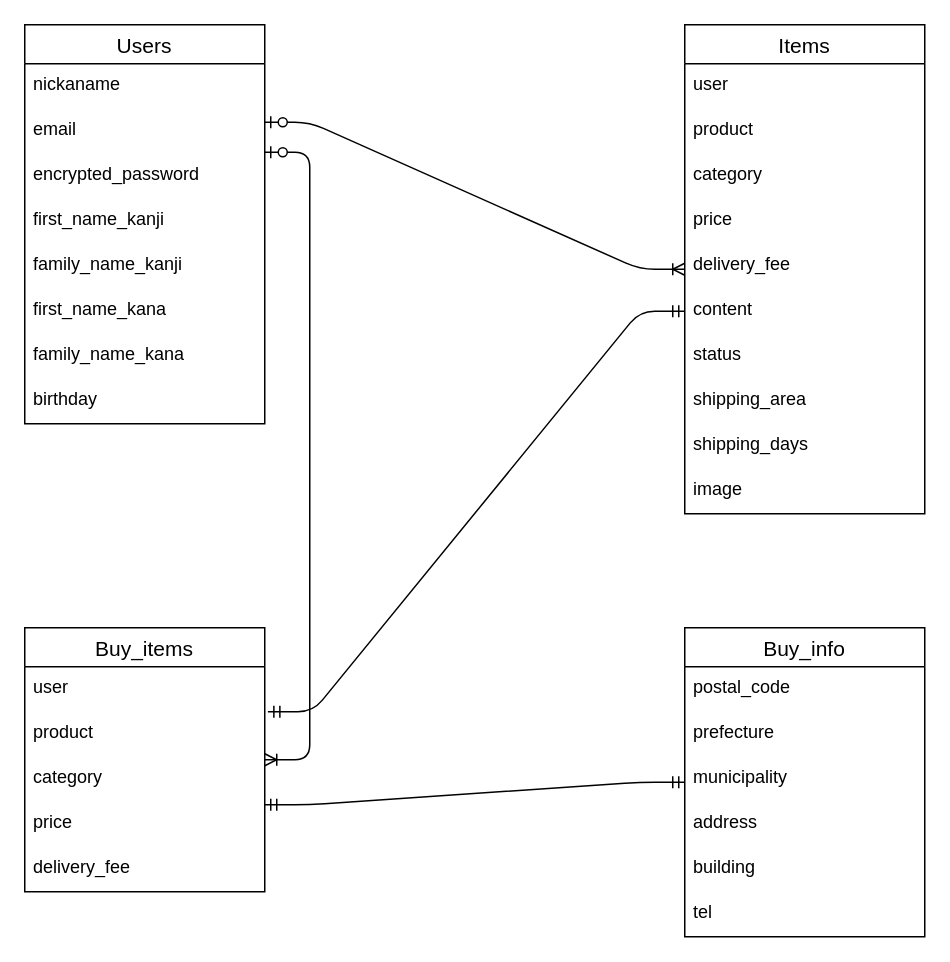
Before: test.dio in lluvidali/furima-36592, a draw.io diagram. Source tidied: cells renumbered, new cells numbered last; positions are measured from the earlier drawing's top-left corner, leaving out a move shared by most shapes. Both pictures are drawn from the tidied source at 150%, with x=0, y=0 at pixel (24, 24).
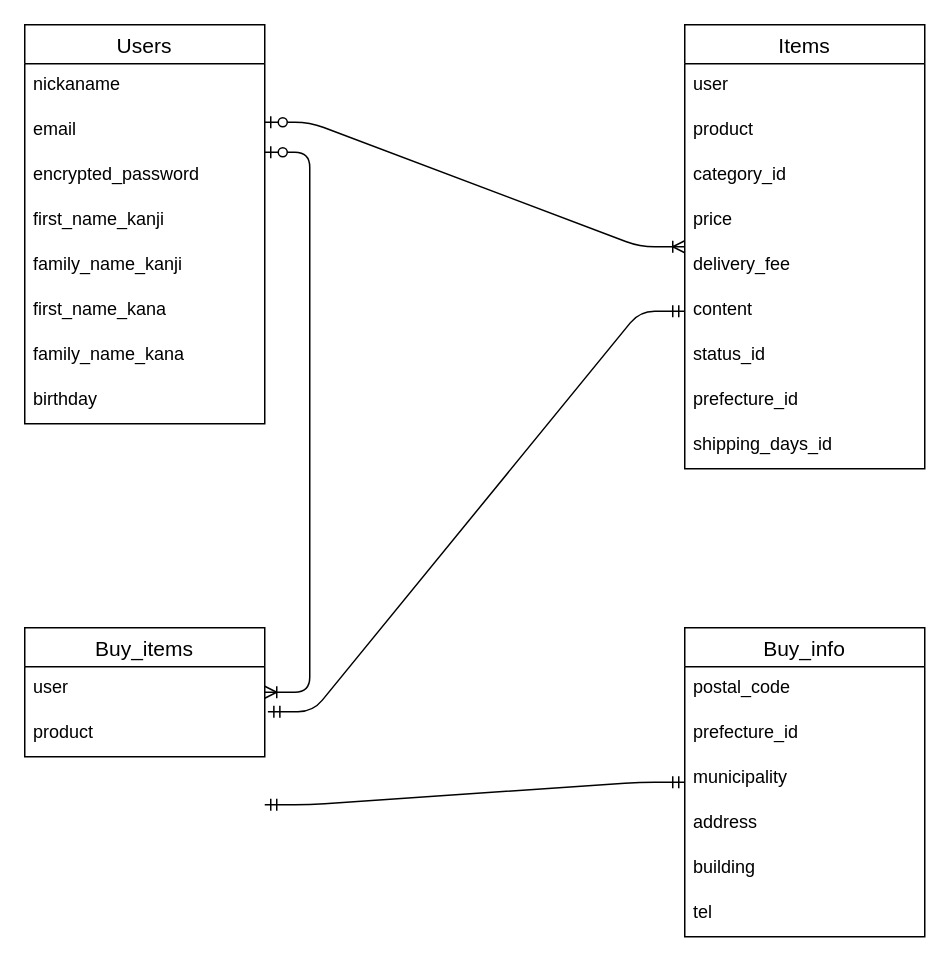
Above is the later version.

Unchanged cells that the change refers to:
```xml
<mxCell id="32" value="Buy_info" style="swimlane;fontStyle=0;horizontal=1;startSize=26;align=center;fontSize=14;" parent="1" vertex="1">
  <mxGeometry x="440" y="402" width="160" height="206" as="geometry" />
</mxCell>
```

Diff of the diagram source:
```diff
@@
     <mxCell id="14" value="Items" style="swimlane;fontStyle=0;horizontal=1;startSize=26;align=center;fontSize=14;" parent="1" vertex="1">
-      <mxGeometry x="440" width="160" height="326" as="geometry" />
+      <mxGeometry x="440" width="160" height="296" as="geometry" />
     </mxCell>
@@
-    <mxCell id="17" value="category" style="text;strokeColor=none;fillColor=none;spacingLeft=4;spacingRight=4;overflow=hidden;fontSize=12;" parent="14" vertex="1">
+    <mxCell id="17" value="category_id" style="text;strokeColor=none;fillColor=none;spacingLeft=4;spacingRight=4;overflow=hidden;fontSize=12;" parent="14" vertex="1">
       <mxGeometry y="86" width="160" height="30" as="geometry" />
     </mxCell>
@@
-    <mxCell id="21" value="status" style="text;strokeColor=none;fillColor=none;spacingLeft=4;spacingRight=4;overflow=hidden;fontSize=12;" parent="14" vertex="1">
+    <mxCell id="21" value="status_id" style="text;strokeColor=none;fillColor=none;spacingLeft=4;spacingRight=4;overflow=hidden;fontSize=12;" parent="14" vertex="1">
       <mxGeometry y="206" width="160" height="30" as="geometry" />
     </mxCell>
-    <mxCell id="22" value="shipping_area" style="text;strokeColor=none;fillColor=none;spacingLeft=4;spacingRight=4;overflow=hidden;fontSize=12;" parent="14" vertex="1">
-      <mxGeometry y="236" width="160" height="30" as="geometry" />
-    </mxCell>
-    <mxCell id="23" value="shipping_days" style="text;strokeColor=none;fillColor=none;spacingLeft=4;spacingRight=4;overflow=hidden;fontSize=12;" parent="14" vertex="1">
-      <mxGeometry y="266" width="160" height="30" as="geometry" />
+    <mxCell id="23" value="prefecture_id" style="text;strokeColor=none;fillColor=none;spacingLeft=4;spacingRight=4;overflow=hidden;fontSize=12;" parent="14" vertex="1">
+      <mxGeometry y="236" width="160" height="30" as="geometry" />
     </mxCell>
-    <mxCell id="24" value="image" style="text;strokeColor=none;fillColor=none;spacingLeft=4;spacingRight=4;overflow=hidden;fontSize=12;" parent="14" vertex="1">
-      <mxGeometry y="296" width="160" height="30" as="geometry" />
-    </mxCell>
+    <mxCell id="39" value="shipping_days_id" style="text;strokeColor=none;fillColor=none;spacingLeft=4;spacingRight=4;overflow=hidden;fontSize=12;" parent="14" vertex="1">
+      <mxGeometry y="266" width="160" height="30" as="geometry" />
+    </mxCell>
     <mxCell id="25" value="Buy_items" style="swimlane;fontStyle=0;horizontal=1;startSize=26;align=center;fontSize=14;" parent="1" vertex="1">
-      <mxGeometry y="402" width="160" height="176" as="geometry" />
+      <mxGeometry y="402" width="160" height="86" as="geometry" />
     </mxCell>
@@
-    <mxCell id="28" value="category" style="text;strokeColor=none;fillColor=none;spacingLeft=4;spacingRight=4;overflow=hidden;fontSize=12;" parent="25" vertex="1">
-      <mxGeometry y="86" width="160" height="30" as="geometry" />
-    </mxCell>
@@
-    <mxCell id="30" value="price" style="text;strokeColor=none;fillColor=none;spacingLeft=4;spacingRight=4;overflow=hidden;fontSize=12;" parent="25" vertex="1">
-      <mxGeometry y="116" width="160" height="30" as="geometry" />
-    </mxCell>
-    <mxCell id="31" value="delivery_fee" style="text;strokeColor=none;fillColor=none;spacingLeft=4;spacingRight=4;overflow=hidden;fontSize=12;" parent="25" vertex="1">
-      <mxGeometry y="146" width="160" height="30" as="geometry" />
-    </mxCell>
@@
-    <mxCell id="34" value="prefecture" style="text;strokeColor=none;fillColor=none;spacingLeft=4;spacingRight=4;overflow=hidden;fontSize=12;" parent="32" vertex="1">
+    <mxCell id="34" value="prefecture_id" style="text;strokeColor=none;fillColor=none;spacingLeft=4;spacingRight=4;overflow=hidden;fontSize=12;" parent="32" vertex="1">
       <mxGeometry y="56" width="160" height="30" as="geometry" />
     </mxCell>
```
